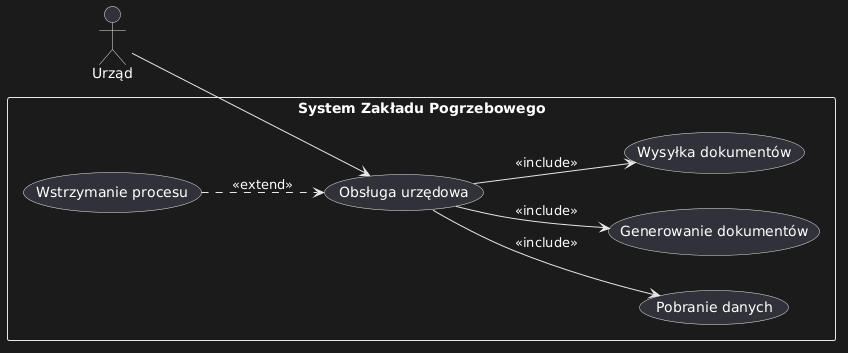
sekPatryk/Ostatnia_Prosta_achived keeps this PlantUML diagram as Diagramy Przypadków Użycia/PU5_Obsługa_urzędowa.png. Above is the earlier version. Its diagram source:
```plantuml
@startuml
left to right direction

actor "Urząd" as U

rectangle "System Zakładu Pogrzebowego" {

    (Obsługa urzędowa)

    U --> (Obsługa urzędowa)

    (Obsługa urzędowa) --> (Pobranie danych) : <<include>>
    (Obsługa urzędowa) --> (Generowanie dokumentów) : <<include>>
    (Obsługa urzędowa) --> (Wysyłka dokumentów) : <<include>>

    (Wstrzymanie procesu) ..> (Obsługa urzędowa) : <<extend>>

}
@enduml
```
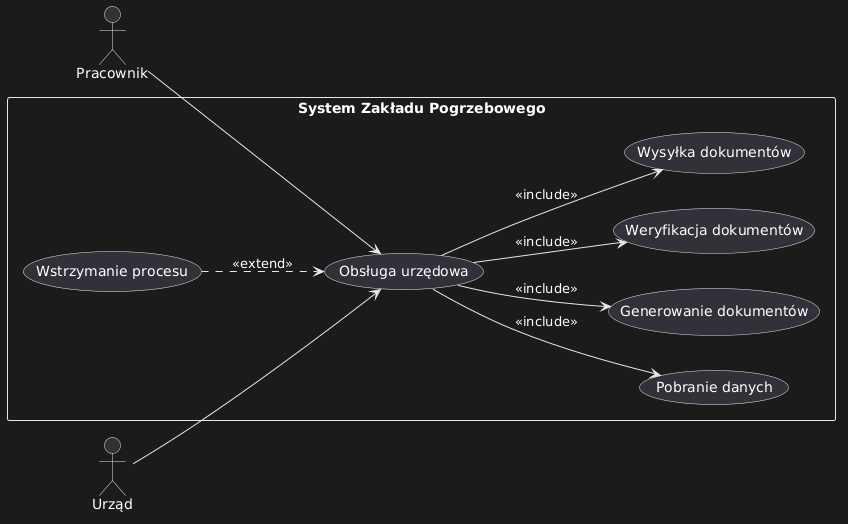
After the commit.

What changed in the source:
```diff
@@ -1,19 +1,21 @@
 @startuml
 left to right direction
 
+actor "Pracownik" as PR
 actor "Urząd" as U
 
 rectangle "System Zakładu Pogrzebowego" {
 
     (Obsługa urzędowa)
 
+    PR --> (Obsługa urzędowa)
     U --> (Obsługa urzędowa)
 
     (Obsługa urzędowa) --> (Pobranie danych) : <<include>>
     (Obsługa urzędowa) --> (Generowanie dokumentów) : <<include>>
+    (Obsługa urzędowa) --> (Weryfikacja dokumentów) : <<include>>
     (Obsługa urzędowa) --> (Wysyłka dokumentów) : <<include>>
 
     (Wstrzymanie procesu) ..> (Obsługa urzędowa) : <<extend>>
-
 }
 @enduml
```
